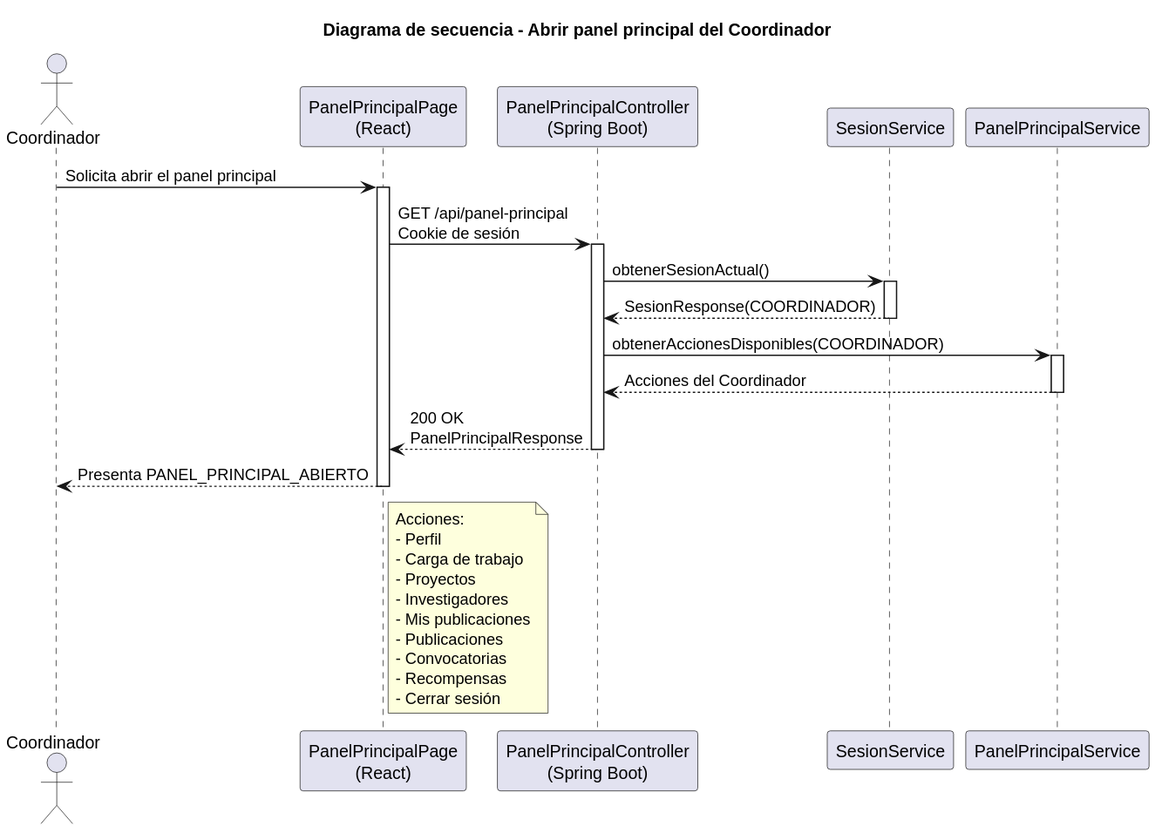
Earlier version of the PlantUML export images/RUP/02-diseño/casos-uso/coordinador/abrirPanelPrincipal/secuencia.svg (beatriizorozco/25-26-idsw2-sdVC). The source it was exported from:
```plantuml
@startuml
title Diagrama de secuencia - Abrir panel principal del Coordinador

actor Coordinador
participant "PanelPrincipalPage\n(React)" as Frontend
participant "PanelPrincipalController\n(Spring Boot)" as Api
participant "SesionService" as Sesion
participant "PanelPrincipalService" as Panel

Coordinador -> Frontend: Solicita abrir el panel principal
activate Frontend
Frontend -> Api: GET /api/panel-principal\nCookie de sesión
activate Api
Api -> Sesion: obtenerSesionActual()
activate Sesion
Sesion --> Api: SesionResponse(COORDINADOR)
deactivate Sesion
Api -> Panel: obtenerAccionesDisponibles(COORDINADOR)
activate Panel
Panel --> Api: Acciones del Coordinador
deactivate Panel
Api --> Frontend: 200 OK\nPanelPrincipalResponse
deactivate Api
Frontend --> Coordinador: Presenta PANEL_PRINCIPAL_ABIERTO

note right of Frontend
Acciones:
- Perfil
- Carga de trabajo
- Proyectos
- Investigadores
- Mis publicaciones
- Publicaciones
- Convocatorias
- Recompensas
- Cerrar sesión
end note

deactivate Frontend
@enduml
```
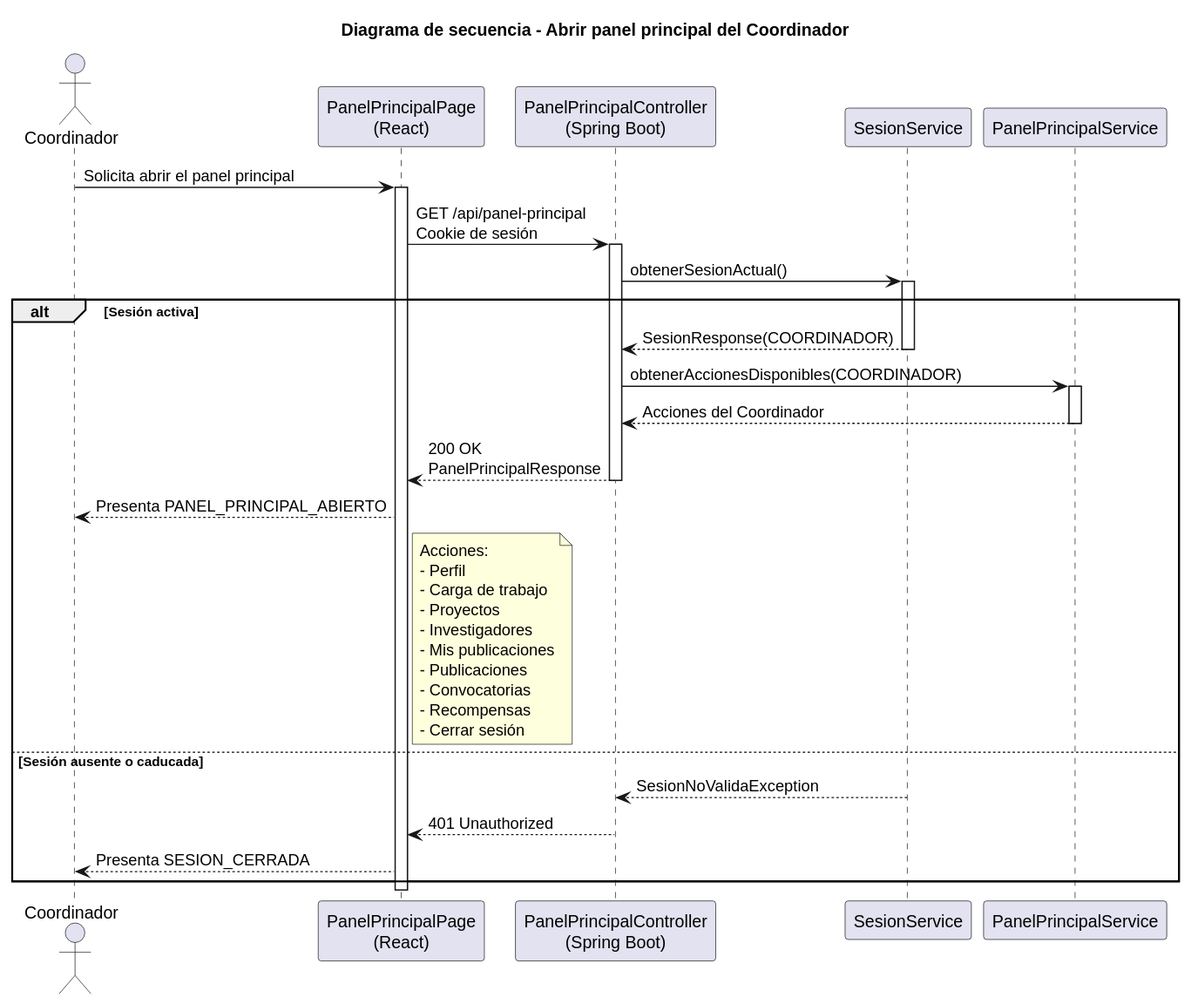
Above is the later version.

The edit, as a diff of the source:
```diff
@@ -13,28 +13,36 @@
 activate Api
 Api -> Sesion: obtenerSesionActual()
 activate Sesion
-Sesion --> Api: SesionResponse(COORDINADOR)
-deactivate Sesion
-Api -> Panel: obtenerAccionesDisponibles(COORDINADOR)
-activate Panel
-Panel --> Api: Acciones del Coordinador
-deactivate Panel
-Api --> Frontend: 200 OK\nPanelPrincipalResponse
-deactivate Api
-Frontend --> Coordinador: Presenta PANEL_PRINCIPAL_ABIERTO
+alt Sesión activa
+    Sesion --> Api: SesionResponse(COORDINADOR)
+    deactivate Sesion
+    Api -> Panel: obtenerAccionesDisponibles(COORDINADOR)
+    activate Panel
+    Panel --> Api: Acciones del Coordinador
+    deactivate Panel
+    Api --> Frontend: 200 OK\nPanelPrincipalResponse
+    deactivate Api
+    Frontend --> Coordinador: Presenta PANEL_PRINCIPAL_ABIERTO
 
-note right of Frontend
-Acciones:
-- Perfil
-- Carga de trabajo
-- Proyectos
-- Investigadores
-- Mis publicaciones
-- Publicaciones
-- Convocatorias
-- Recompensas
-- Cerrar sesión
-end note
+    note right of Frontend
+    Acciones:
+    - Perfil
+    - Carga de trabajo
+    - Proyectos
+    - Investigadores
+    - Mis publicaciones
+    - Publicaciones
+    - Convocatorias
+    - Recompensas
+    - Cerrar sesión
+    end note
+else Sesión ausente o caducada
+    Sesion --> Api: SesionNoValidaException
+    deactivate Sesion
+    Api --> Frontend: 401 Unauthorized
+    deactivate Api
+    Frontend --> Coordinador: Presenta SESION_CERRADA
+end
 
 deactivate Frontend
 @enduml
```
